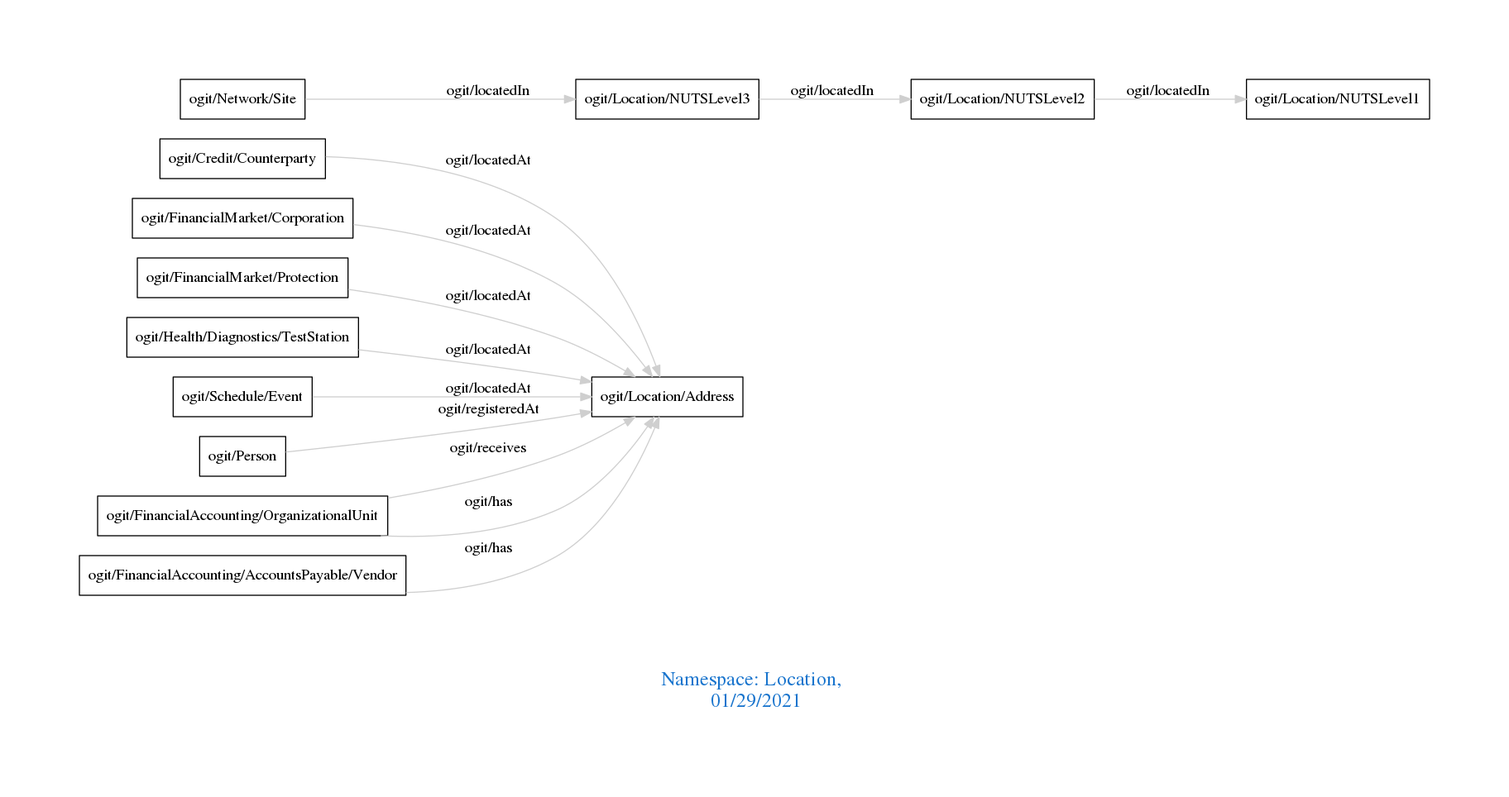
Earlier version of the Graphviz export downloads/Location.png (arago/OGIT). Its source is kept beside it as downloads/Location.dot.
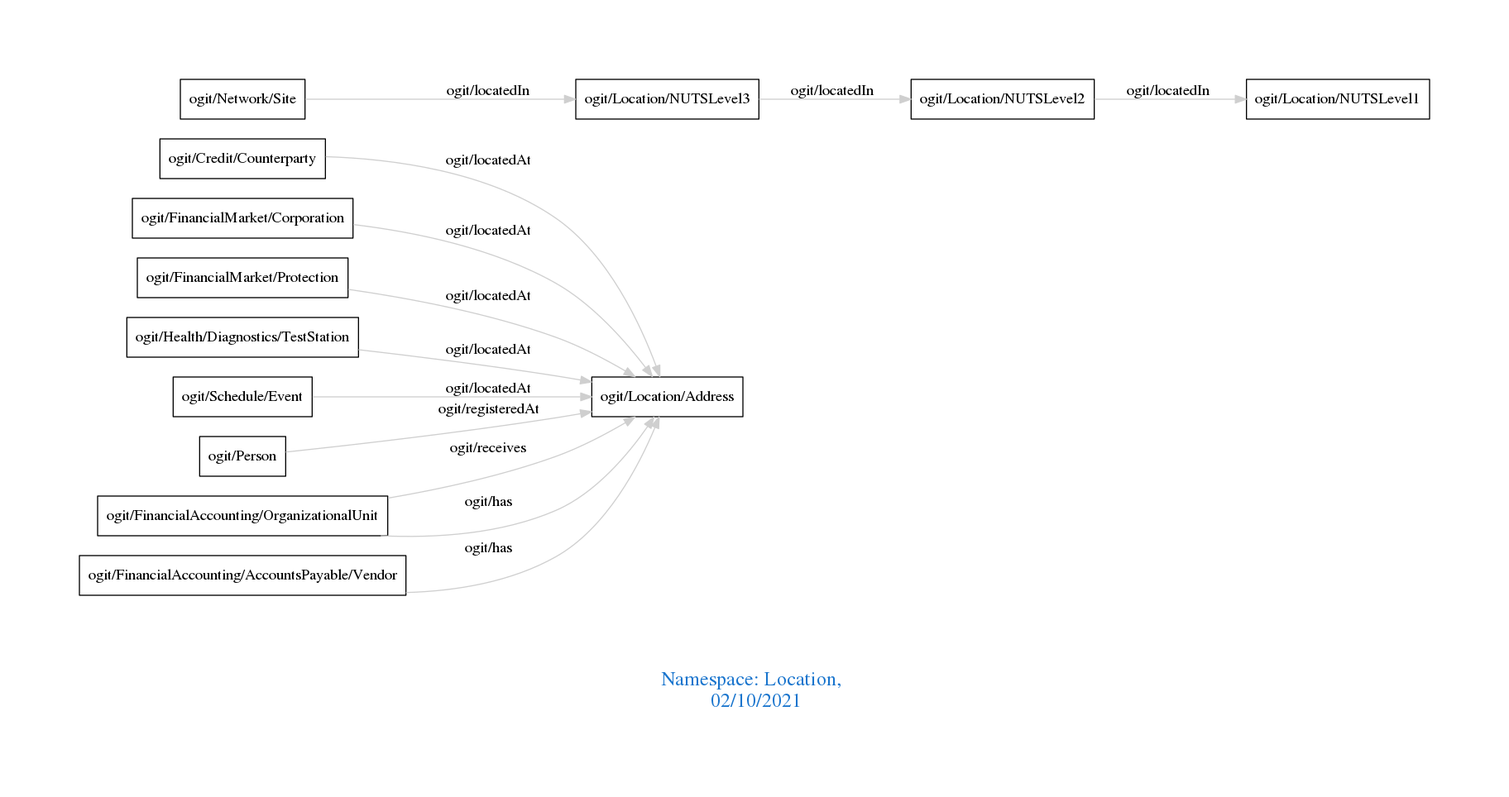
The same file after the commit.

What changed in the source:
```diff
@@ -1,7 +1,7 @@
 digraph OGIT_ontology {
  graph [ rankdir= LR,pad=1
 fontsize = 18,
-fontcolor= dodgerblue3,label = "\n\n\nNamespace: Location, \n 01/29/2021"];
+fontcolor= dodgerblue3,label = "\n\n\nNamespace: Location, \n 02/10/2021"];
 node[shape=polygon];
 edge [  color="gray81"];
 
```
